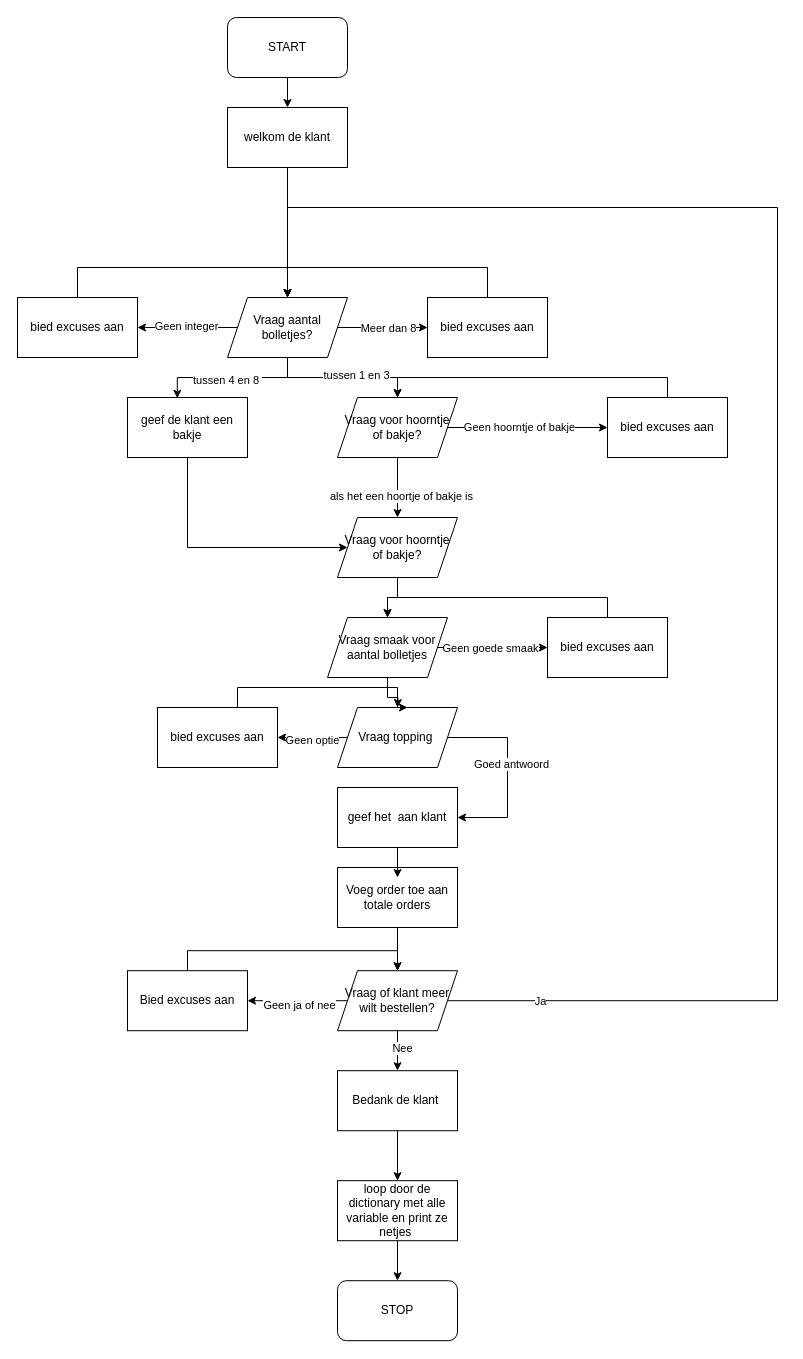
Before: Module_3/PROEF/flowchart.drawio in JTNSchool/Leren-Programmeren, a draw.io diagram. Source tidied: cells renumbered, new cells numbered last; positions are measured from the earlier drawing's top-left corner, leaving out a move shared by most shapes. Both pictures are drawn from the tidied source at 100%, with x=0, y=0 at pixel (17, 17).
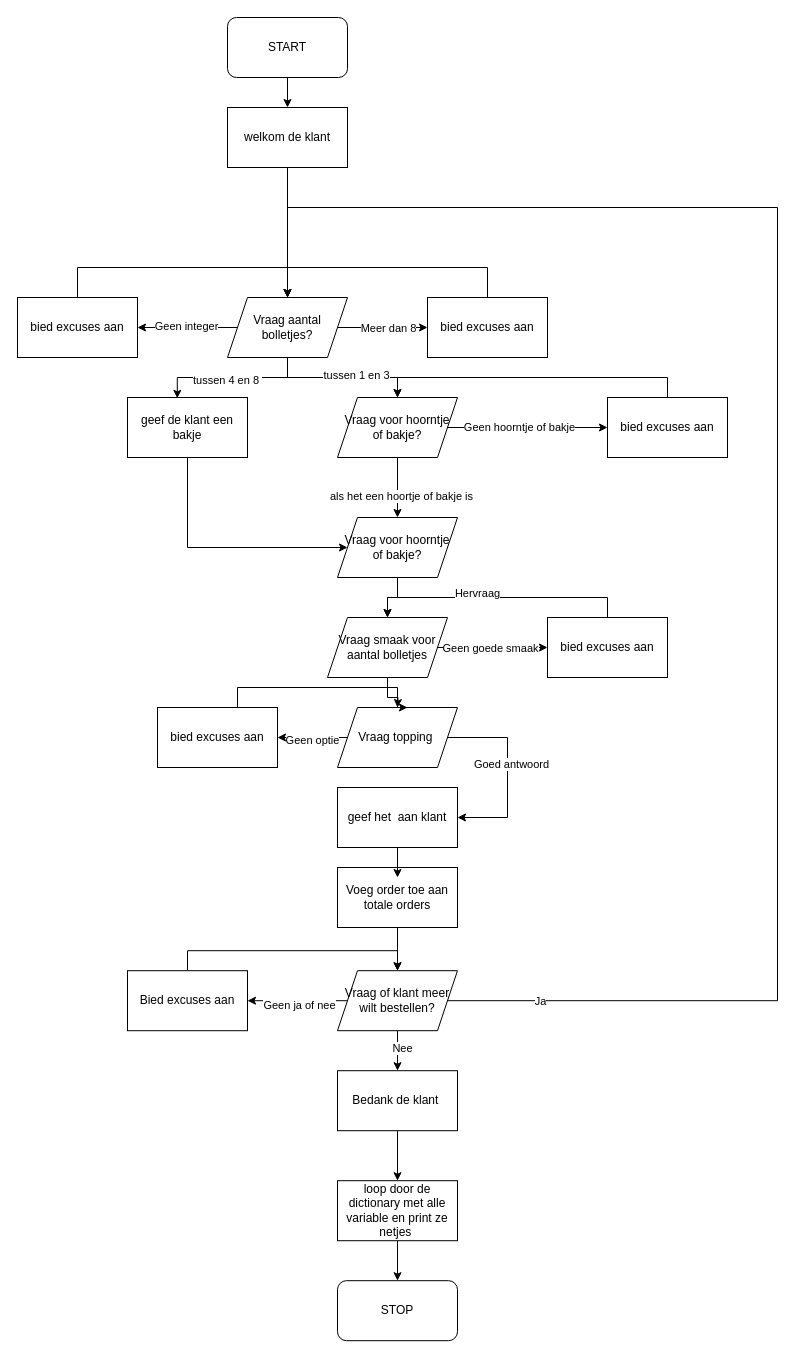
After the change.

The change refers to these unchanged cells:
```xml
<mxCell id="52" style="edgeStyle=orthogonalEdgeStyle;rounded=0;jettySize=auto;html=1;entryX=0.5;entryY=0;entryDx=0;entryDy=0;" parent="1" edge="1" source="53" target="51">
  <mxGeometry relative="1" as="geometry">
    <Array as="points">
      <mxPoint x="590" y="580" />
      <mxPoint x="370" y="580" />
    </Array>
  </mxGeometry>
</mxCell>
```

The edit, as a diff of the source:
```diff
@@
+    <mxCell id="61" value="Hervraag" style="edgeLabel;html=1;align=center;verticalAlign=middle;" parent="52" vertex="1">
+      <mxGeometry x="0.17" y="-5" relative="1" as="geometry">
+        <mxPoint x="1" as="offset" />
+      </mxGeometry>
+    </mxCell>
```
